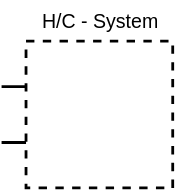
SkyTurtle-coder/reactor_ctrl keeps this draw.io diagram as static/flowsheet/library/actuators/HC_system.svg. Above is the earlier version. Source tidied: cells renumbered, new cells last; positions are measured from the earlier drawing's top-left corner, leaving out a move shared by most shapes.
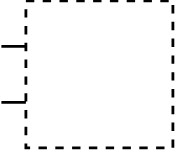
After the commit.

Commit message:
Update H/C system SVG asset

What changed in the source:
```diff
@@ -32,8 +32,5 @@
     <mxCell id="7" style="whiteSpace=wrap;html=1;fillColor=light-dark(#FFFFFF,transparent);strokeColor=light-dark(#000000,#000000);strokeWidth=2;dashed=1;" parent="1" vertex="1">
       <mxGeometry x="17.5" y="29.5" width="105" height="105" as="geometry" />
     </mxCell>
-    <mxCell id="8" value="&lt;font style=&quot;color: light-dark(rgb(0, 0, 0), rgb(0, 0, 0)); font-size: 14px;&quot;&gt;H/C - System&lt;/font&gt;" style="text;html=1;whiteSpace=wrap;strokeColor=none;fillColor=none;align=center;verticalAlign=middle;rounded=0;" parent="1" vertex="1">
-      <mxGeometry x="18.8" y="-0.5" width="102.5" height="30" as="geometry" />
-    </mxCell>
   </root>
 </mxGraphModel>
```
